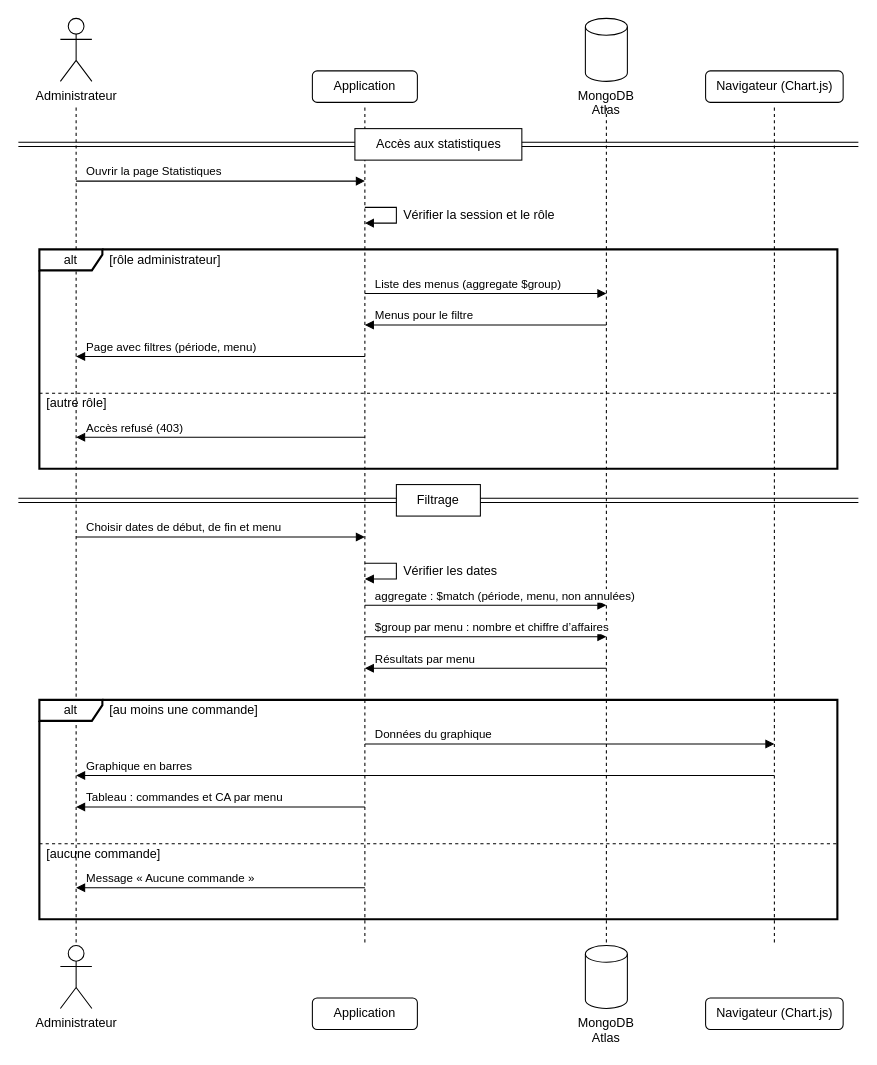
Mathieupalle/vite-gourmand keeps this draw.io diagram as Documentation technique/Diagramme de séquence - statistiques.drawio. Above is the earlier version. Source tidied: cells renumbered, new cells numbered last; positions are measured from the earlier drawing's top-left corner, leaving out a move shared by most shapes. Both pictures are drawn from the tidied source at 105%, with x=0, y=0 at pixel (18, 18).
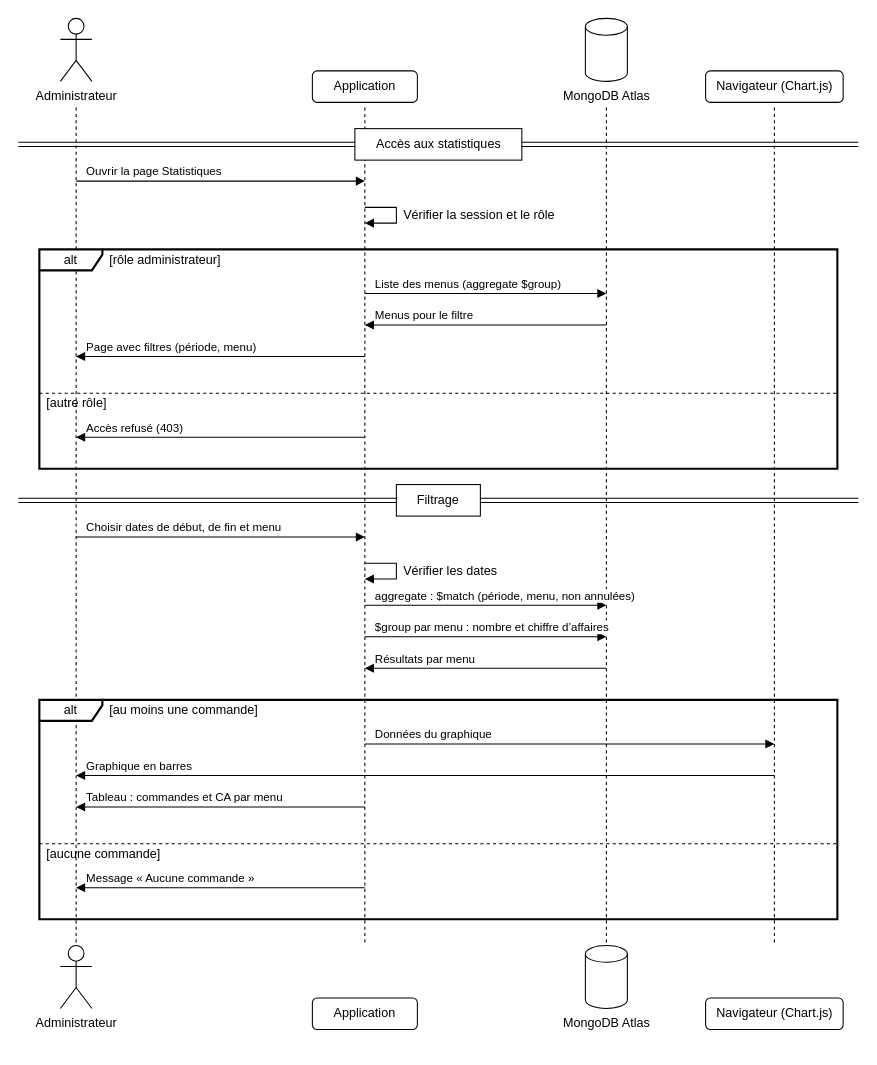
Above is the later version.

Commit message (it also covers changes not shown here):
Diagrammes : MCD (associations passe et concerne), cas d'utilisation et séquence mis à jour

Diff of the diagram source:
```diff
@@
-    <mxCell id="8" value="MongoDB Atlas" style="shape=cylinder3;whiteSpace=wrap;html=1;boundedLbl=1;backgroundOutline=1;size=8;verticalLabelPosition=bottom;verticalAlign=top;" parent="1" vertex="1">
+    <mxCell id="8" value="MongoDB Atlas" style="shape=cylinder3;html=1;boundedLbl=1;backgroundOutline=1;size=8;verticalLabelPosition=bottom;verticalAlign=top;" parent="1" vertex="1">
       <mxGeometry x="540" width="40" height="60" as="geometry" />
     </mxCell>
@@
-    <mxCell id="12" value="MongoDB Atlas" style="shape=cylinder3;whiteSpace=wrap;html=1;boundedLbl=1;backgroundOutline=1;size=8;verticalLabelPosition=bottom;verticalAlign=top;" parent="1" vertex="1">
+    <mxCell id="12" value="MongoDB Atlas" style="shape=cylinder3;html=1;boundedLbl=1;backgroundOutline=1;size=8;verticalLabelPosition=bottom;verticalAlign=top;" parent="1" vertex="1">
       <mxGeometry x="540" y="883" width="40" height="60" as="geometry" />
     </mxCell>
```
